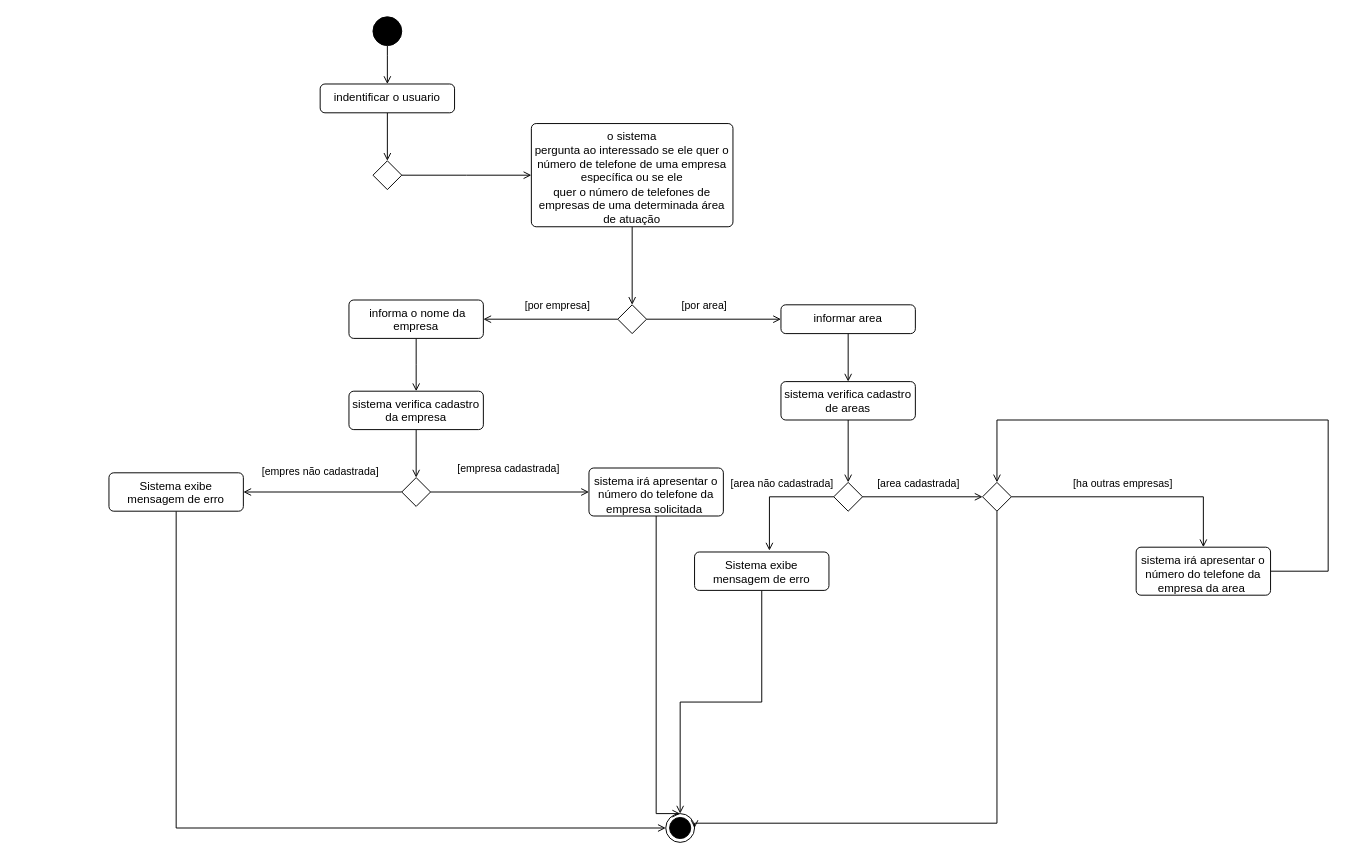
NickSplorer/diagramas_waldo keeps this draw.io diagram as diagrama de atividades exer4 .drawio. Above is the earlier version. Source tidied: cells renumbered, new cells numbered last; positions are measured from the earlier drawing's top-left corner, leaving out a move shared by most shapes. Both pictures are drawn from the tidied source at 96%, with x=0, y=0 at pixel (108, 16).
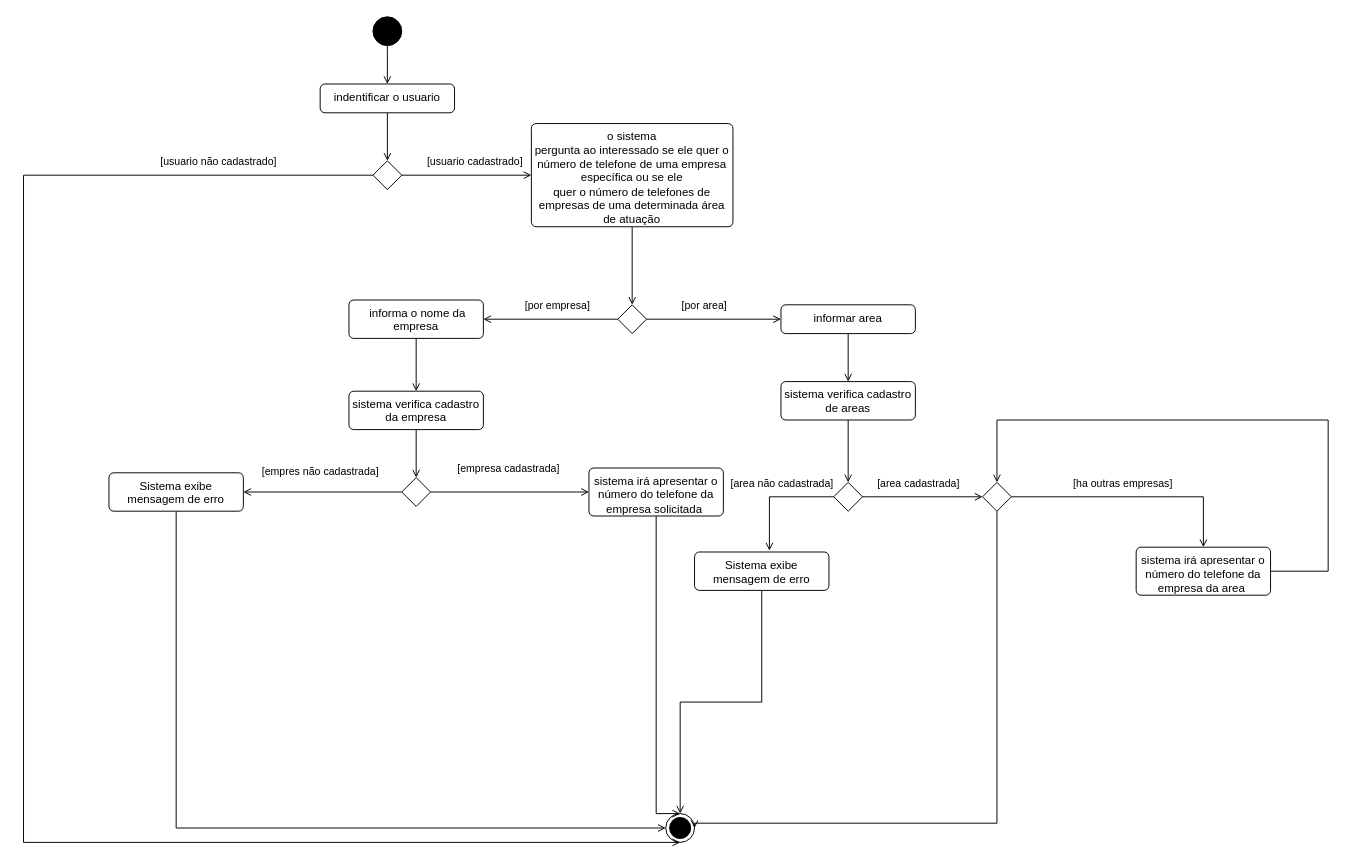
The same diagram, later.

The change refers to these unchanged cells:
```xml
<mxCell id="6" style="edgeStyle=orthogonalEdgeStyle;shape=connector;rounded=0;jettySize=auto;html=1;strokeColor=default;align=center;verticalAlign=middle;fontFamily=Helvetica;fontSize=11;fontColor=default;labelBackgroundColor=default;endArrow=open;endFill=0;" parent="1" edge="1" source="7" target="9">
  <mxGeometry relative="1" as="geometry" />
</mxCell>
<mxCell id="7" style="rhombus;" parent="1" vertex="1">
  <mxGeometry x="275" y="150" width="30" height="30" as="geometry" />
</mxCell>
<mxCell id="41" style="ellipse;html=1;shape=endState;fillColor=strokeColor;fontFamily=Helvetica;fontSize=11;fontColor=default;labelBackgroundColor=default;" parent="1" vertex="1">
  <mxGeometry x="580" y="830" width="30" height="30" as="geometry" />
</mxCell>
```

What changed in the source:
```diff
@@
+    <mxCell id="46" value="[usuario cadastrado]" style="edgeLabel;html=1;align=center;verticalAlign=middle;fontFamily=Helvetica;fontSize=11;fontColor=default;labelBackgroundColor=default;" parent="6" vertex="1">
+      <mxGeometry x="-0.01" y="1" relative="1" as="geometry">
+        <mxPoint x="8" y="-14" as="offset" />
+      </mxGeometry>
+    </mxCell>
+    <mxCell id="47" style="edgeStyle=orthogonalEdgeStyle;shape=connector;rounded=0;jettySize=auto;html=1;strokeColor=default;align=center;verticalAlign=middle;fontFamily=Helvetica;fontSize=11;fontColor=default;labelBackgroundColor=default;endArrow=open;endFill=0;entryX=0.5;entryY=1;entryDx=0;entryDy=0;" parent="1" edge="1" source="7" target="41">
+      <mxGeometry relative="1" as="geometry">
+        <Array as="points">
+          <mxPoint x="-89" y="165" />
+          <mxPoint x="-89" y="860" />
+        </Array>
+      </mxGeometry>
+    </mxCell>
+    <mxCell id="48" value="[usuario não cadastrado]" style="edgeLabel;html=1;align=center;verticalAlign=middle;fontFamily=Helvetica;fontSize=11;fontColor=default;labelBackgroundColor=default;" parent="47" vertex="1">
+      <mxGeometry x="-0.82" y="-6" relative="1" as="geometry">
+        <mxPoint x="-5" y="-9" as="offset" />
+      </mxGeometry>
+    </mxCell>
```
